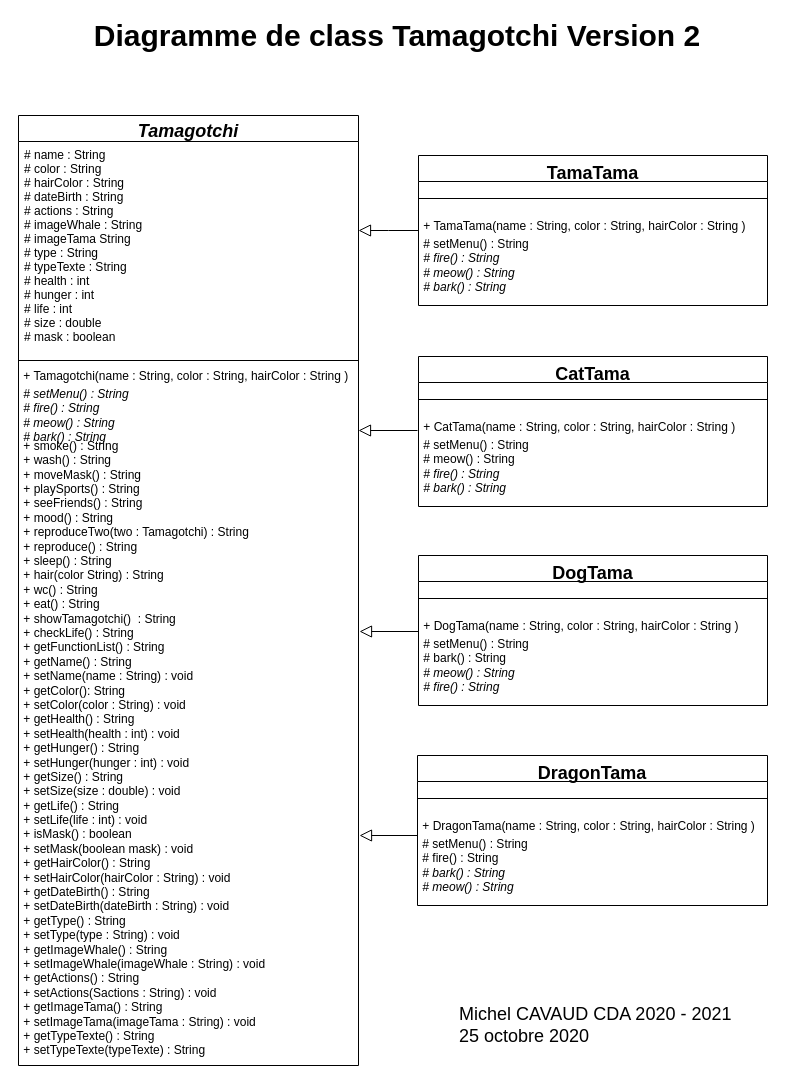
Above: Images/Diagramme de class.drawio in Michel-Cavaud/TamamgotchiV2 (draw.io), before the change. Source tidied: cells renumbered, new cells numbered last; positions are measured from the earlier drawing's top-left corner, leaving out a move shared by most shapes. Both pictures are drawn from the tidied source at 100%, with x=0, y=0 at pixel (17, 25).
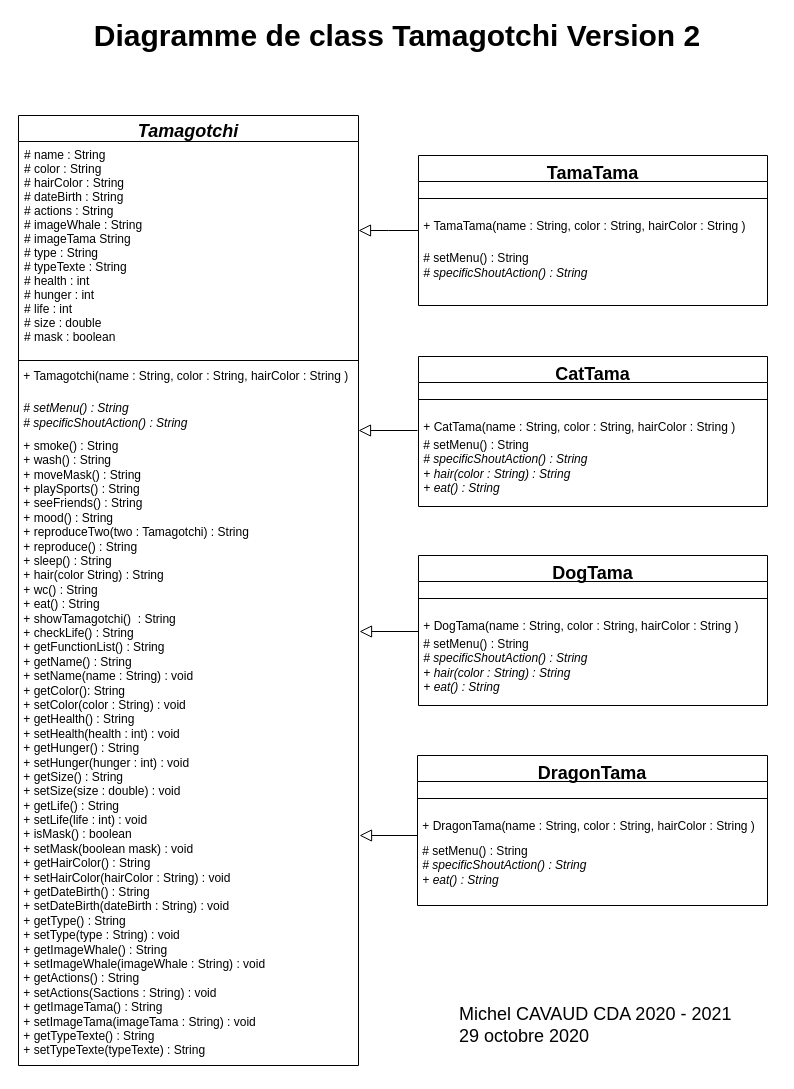
The same page after the edit.

Commit message (it also covers changes not shown here):
New version of class diagram

Unchanged cells that the change refers to:
```xml
<mxCell id="2" value="Tamagotchi" style="swimlane;fontStyle=3;align=center;verticalAlign=top;horizontal=1;startSize=26;rounded=0;shadow=0;strokeWidth=1;fontSize=18;spacing=0;" parent="1" vertex="1">
  <mxGeometry x="1" y="90" width="340" height="950" as="geometry" />
</mxCell>
<mxCell id="9" value="CatTama" style="swimlane;fontStyle=1;align=center;verticalAlign=top;horizontal=1;startSize=26;rounded=0;shadow=0;strokeWidth=1;fontSize=18;" parent="8" vertex="1">
  <mxGeometry x="1" width="349" height="150" as="geometry" />
</mxCell>
<mxCell id="15" value="DogTama" style="swimlane;fontStyle=1;align=center;verticalAlign=top;horizontal=1;startSize=26;rounded=0;shadow=0;strokeWidth=1;fontSize=18;" parent="14" vertex="1">
  <mxGeometry width="349" height="150" as="geometry" />
</mxCell>
<mxCell id="21" value="TamaTama" style="swimlane;fontStyle=1;align=center;verticalAlign=top;horizontal=1;startSize=26;rounded=0;shadow=0;strokeWidth=1;fontSize=18;" parent="20" vertex="1">
  <mxGeometry width="349" height="150" as="geometry" />
</mxCell>
<mxCell id="27" value="DragonTama" style="swimlane;fontStyle=1;align=center;verticalAlign=top;horizontal=1;startSize=26;rounded=0;shadow=0;strokeWidth=1;fontSize=18;" parent="26" vertex="1">
  <mxGeometry width="350" height="150" as="geometry" />
</mxCell>
```

Diff of the diagram source:
```diff
@@
-    <mxCell id="6" value="&lt;div style=&quot;font-size: 12px&quot;&gt;&lt;i&gt;&amp;nbsp;# setMenu() : String&amp;nbsp;&lt;/i&gt;&lt;/div&gt;&lt;div style=&quot;font-size: 12px&quot;&gt;&lt;i&gt;&amp;nbsp;# fire() : String&lt;/i&gt;&lt;/div&gt;&lt;div style=&quot;font-size: 12px&quot;&gt;&lt;i&gt;&amp;nbsp;# meow() : String&lt;/i&gt;&lt;/div&gt;&lt;div style=&quot;font-size: 12px&quot;&gt;&lt;i&gt;&amp;nbsp;# bark() : String&lt;/i&gt;&lt;/div&gt;" style="text;html=1;strokeColor=none;fillColor=none;align=left;verticalAlign=middle;whiteSpace=wrap;rounded=0;fontSize=12;" parent="2" vertex="1">
+    <mxCell id="6" value="&lt;div style=&quot;font-size: 12px&quot;&gt;&lt;i&gt;&amp;nbsp;# setMenu() : String&amp;nbsp;&lt;/i&gt;&lt;/div&gt;&lt;div style=&quot;font-size: 12px&quot;&gt;&lt;i&gt;&amp;nbsp;# specificShoutAction()&amp;nbsp;&lt;/i&gt;&lt;i&gt;: String&lt;/i&gt;&lt;/div&gt;" style="text;html=1;strokeColor=none;fillColor=none;align=left;verticalAlign=middle;whiteSpace=wrap;rounded=0;fontSize=12;" parent="2" vertex="1">
       <mxGeometry y="270" width="340" height="60" as="geometry" />
     </mxCell>
@@
-    <mxCell id="12" value="&lt;div style=&quot;font-size: 12px&quot;&gt;&lt;i&gt;&amp;nbsp;&lt;/i&gt;# setMenu() : String&lt;/div&gt;&lt;i&gt;&amp;nbsp;&lt;/i&gt;# meow() : String&lt;div style=&quot;font-size: 12px&quot;&gt;&lt;i&gt;&amp;nbsp;# fire() : String&lt;/i&gt;&lt;br&gt;&lt;/div&gt;&lt;div style=&quot;font-size: 12px&quot;&gt;&lt;i&gt;&amp;nbsp;# bark() : String&lt;/i&gt;&lt;br&gt;&lt;/div&gt;" style="text;html=1;strokeColor=none;fillColor=none;align=left;verticalAlign=middle;whiteSpace=wrap;rounded=0;fontSize=12;" parent="9" vertex="1">
+    <mxCell id="12" value="&lt;div style=&quot;font-size: 12px&quot;&gt;&lt;div&gt;&lt;i&gt;&amp;nbsp;&lt;/i&gt;# setMenu() : String&amp;nbsp;&lt;/div&gt;&lt;i&gt;&amp;nbsp;# specificShoutAction()&amp;nbsp;&lt;/i&gt;&lt;i&gt;: String&lt;/i&gt;&lt;br&gt;&lt;/div&gt;&lt;div style=&quot;font-size: 12px&quot;&gt;&lt;i&gt;&amp;nbsp;+ hair(color : String) : String&lt;/i&gt;&lt;i&gt;&lt;br&gt;&lt;/i&gt;&lt;/div&gt;&lt;div style=&quot;font-size: 12px&quot;&gt;&lt;i&gt;&amp;nbsp;+ eat() : String&lt;/i&gt;&lt;/div&gt;" style="text;html=1;strokeColor=none;fillColor=none;align=left;verticalAlign=middle;whiteSpace=wrap;rounded=0;fontSize=12;" parent="9" vertex="1">
       <mxGeometry y="80" width="349" height="60" as="geometry" />
     </mxCell>
@@
-    <mxCell id="18" value="&lt;div style=&quot;font-size: 12px&quot;&gt;&lt;i&gt;&amp;nbsp;&lt;/i&gt;# setMenu() : String&lt;/div&gt;&lt;div style=&quot;font-size: 12px&quot;&gt;&lt;/div&gt;&lt;i&gt;&amp;nbsp;&lt;/i&gt;# bark() : String&lt;br&gt;&lt;i&gt;&amp;nbsp;# meow() : String&lt;/i&gt;&lt;div style=&quot;font-size: 12px&quot;&gt;&lt;i&gt;&amp;nbsp;# fire() : String&lt;/i&gt;&lt;/div&gt;" style="text;html=1;strokeColor=none;fillColor=none;align=left;verticalAlign=middle;whiteSpace=wrap;rounded=0;fontSize=12;" parent="15" vertex="1">
+    <mxCell id="18" value="&lt;div style=&quot;font-size: 12px&quot;&gt;&lt;div&gt;&lt;i&gt;&amp;nbsp;&lt;/i&gt;# setMenu() : String&amp;nbsp;&lt;/div&gt;&lt;i&gt;&amp;nbsp;# specificShoutAction()&amp;nbsp;&lt;/i&gt;&lt;i&gt;: String&lt;/i&gt;&lt;br&gt;&lt;/div&gt;&lt;div style=&quot;font-size: 12px&quot;&gt;&lt;div&gt;&lt;i&gt;&amp;nbsp;+ hair(color : String) : String&lt;/i&gt;&lt;i&gt;&lt;br&gt;&lt;/i&gt;&lt;/div&gt;&lt;div&gt;&lt;i&gt;&amp;nbsp;+ eat() : String&lt;/i&gt;&lt;/div&gt;&lt;/div&gt;" style="text;html=1;strokeColor=none;fillColor=none;align=left;verticalAlign=middle;whiteSpace=wrap;rounded=0;fontSize=12;" parent="15" vertex="1">
       <mxGeometry y="80" width="349" height="60" as="geometry" />
     </mxCell>
@@
-    <mxCell id="24" value="&lt;div style=&quot;font-size: 12px&quot;&gt;&lt;i&gt;&amp;nbsp;&lt;/i&gt;# setMenu() : String&amp;nbsp;&lt;/div&gt;&lt;div style=&quot;font-size: 12px&quot;&gt;&lt;i&gt;&amp;nbsp;# fire() : String&lt;/i&gt;&lt;/div&gt;&lt;div style=&quot;font-size: 12px&quot;&gt;&lt;i&gt;&amp;nbsp;# meow() : String&lt;/i&gt;&lt;/div&gt;&lt;div style=&quot;font-size: 12px&quot;&gt;&lt;i&gt;&amp;nbsp;# bark() : String&lt;/i&gt;&lt;/div&gt;" style="text;html=1;strokeColor=none;fillColor=none;align=left;verticalAlign=middle;whiteSpace=wrap;rounded=0;fontSize=12;" parent="21" vertex="1">
+    <mxCell id="24" value="&lt;div style=&quot;font-size: 12px&quot;&gt;&lt;i&gt;&amp;nbsp;&lt;/i&gt;# setMenu() : String&amp;nbsp;&lt;/div&gt;&lt;i&gt;&amp;nbsp;# specificShoutAction()&amp;nbsp;&lt;/i&gt;&lt;i&gt;: String&lt;br&gt;&lt;/i&gt;" style="text;html=1;strokeColor=none;fillColor=none;align=left;verticalAlign=middle;whiteSpace=wrap;rounded=0;fontSize=12;" parent="21" vertex="1">
       <mxGeometry y="80" width="349" height="60" as="geometry" />
     </mxCell>
@@
-    <mxCell id="30" value="&lt;div style=&quot;font-size: 12px&quot;&gt;&lt;i&gt;&amp;nbsp;&lt;/i&gt;# setMenu() : String&lt;/div&gt;&lt;div style=&quot;font-size: 12px&quot;&gt;&lt;i&gt;&amp;nbsp;&lt;/i&gt;# fire() : String&lt;br&gt;&lt;/div&gt;&lt;div style=&quot;font-size: 12px&quot;&gt;&lt;/div&gt;&lt;i&gt;&amp;nbsp;# bark() : String&lt;br&gt;&amp;nbsp;# meow() : String&lt;/i&gt;" style="text;html=1;strokeColor=none;fillColor=none;align=left;verticalAlign=middle;whiteSpace=wrap;rounded=0;fontSize=12;" parent="27" vertex="1">
+    <mxCell id="30" value="&lt;div style=&quot;font-size: 12px&quot;&gt;&lt;div&gt;&lt;i&gt;&amp;nbsp;&lt;/i&gt;# setMenu() : String&amp;nbsp;&lt;/div&gt;&lt;i&gt;&amp;nbsp;# specificShoutAction()&amp;nbsp;&lt;/i&gt;&lt;i&gt;: String&lt;/i&gt;&lt;/div&gt;&lt;div style=&quot;font-size: 12px&quot;&gt;&lt;div&gt;&lt;i&gt;&amp;nbsp;+ eat() : String&lt;/i&gt;&lt;/div&gt;&lt;/div&gt;" style="text;html=1;strokeColor=none;fillColor=none;align=left;verticalAlign=middle;whiteSpace=wrap;rounded=0;fontSize=12;" parent="27" vertex="1">
       <mxGeometry y="80" width="350" height="60" as="geometry" />
     </mxCell>
@@
-    <mxCell id="33" value="Michel CAVAUD CDA 2020 - 2021&lt;br&gt;25 octobre 2020" style="text;html=1;strokeColor=none;fillColor=none;align=left;verticalAlign=middle;whiteSpace=wrap;rounded=0;fontSize=18;" parent="1" vertex="1">
+    <mxCell id="33" value="Michel CAVAUD CDA 2020 - 2021&lt;br&gt;29 octobre 2020" style="text;html=1;strokeColor=none;fillColor=none;align=left;verticalAlign=middle;whiteSpace=wrap;rounded=0;fontSize=18;" parent="1" vertex="1">
       <mxGeometry x="440" y="990" width="310" height="20" as="geometry" />
     </mxCell>
```
